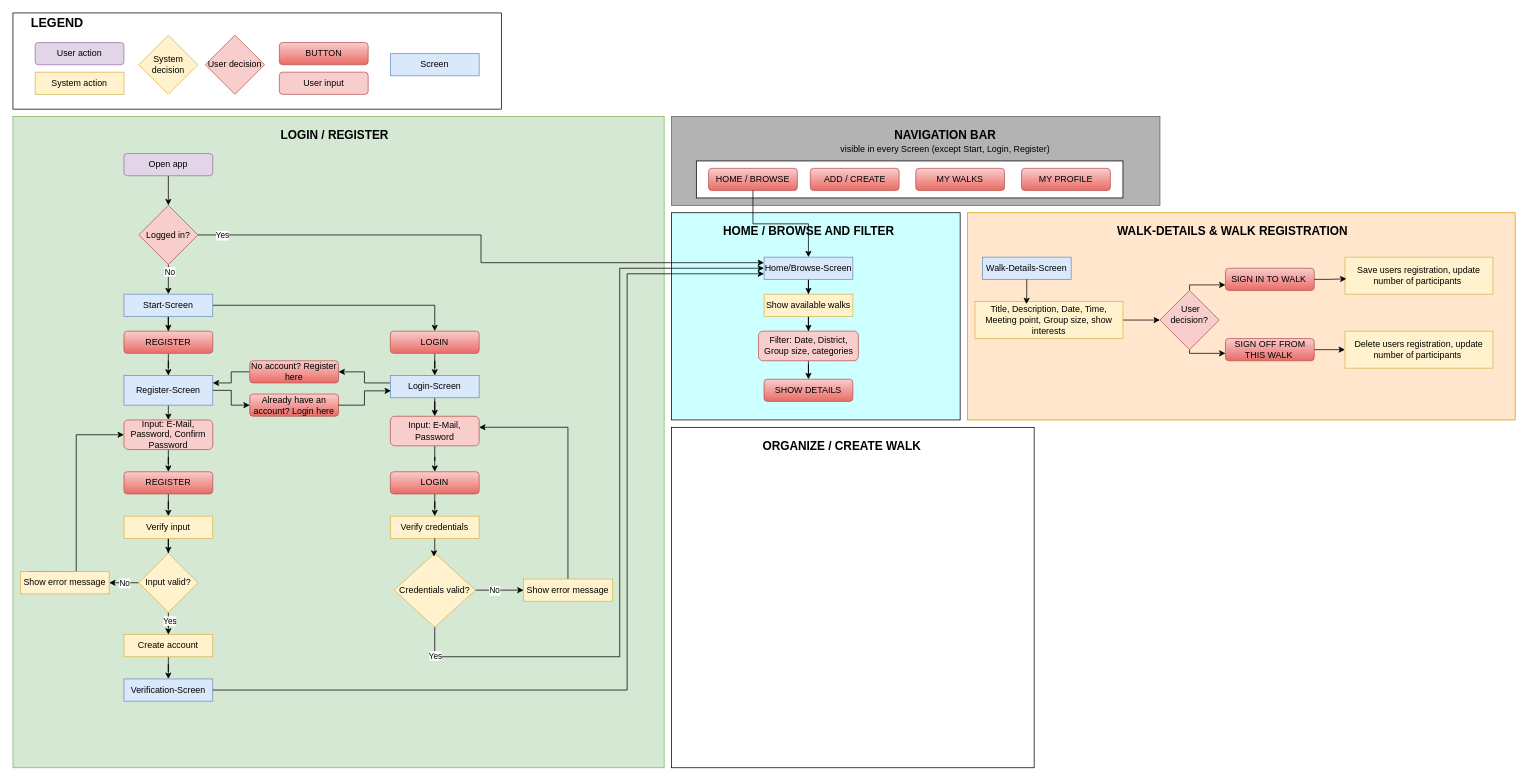
amine-oez/App-Entwicklung keeps this draw.io diagram as Ablaufdiagramm_AppEntwickung.drawio. Above is the earlier version. Source tidied: cells renumbered, new cells numbered last; positions are measured from the earlier drawing's top-left corner, leaving out a move shared by most shapes. Both pictures are drawn from the tidied source at 74%, with x=0, y=0 at pixel (13, 13).
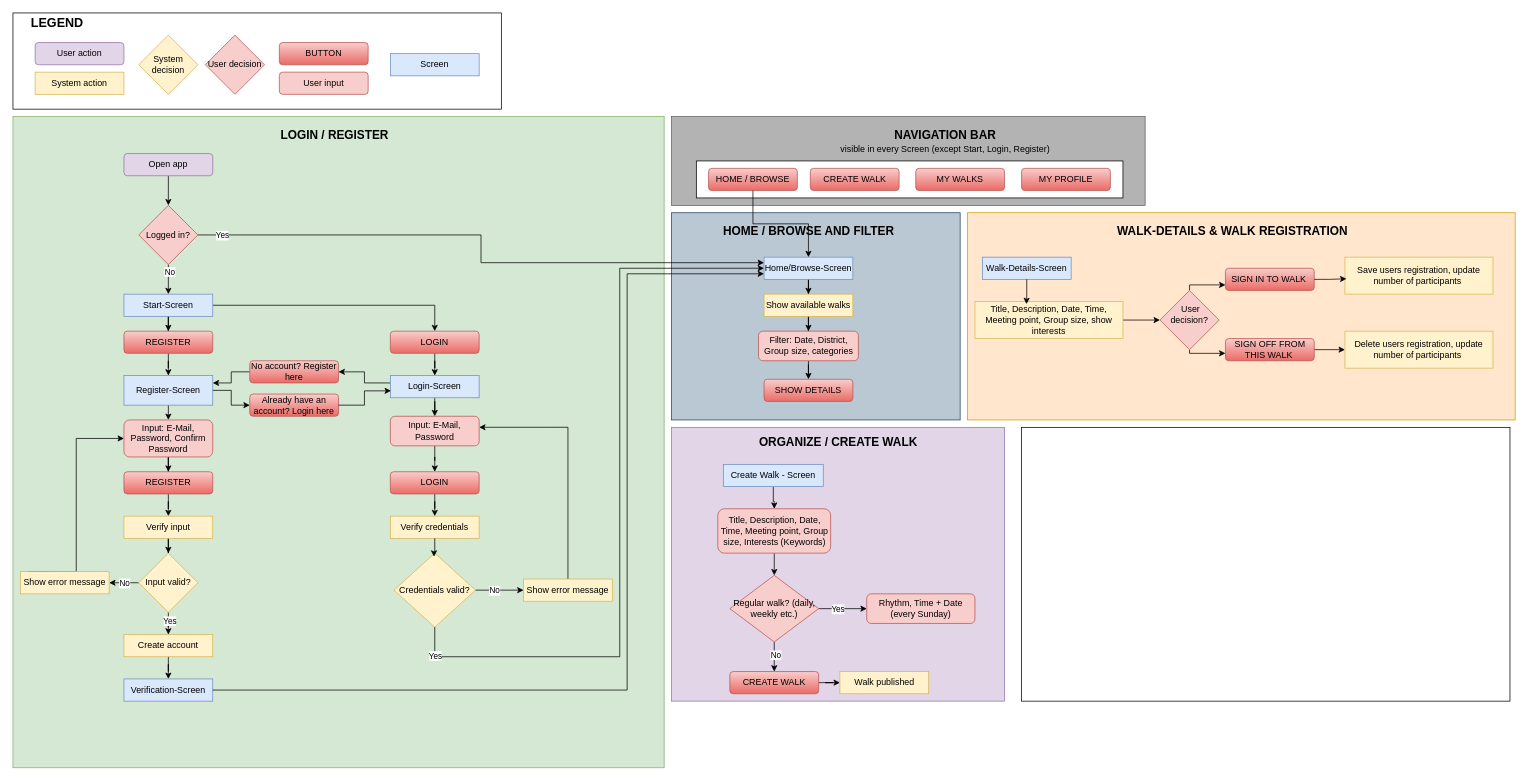
The same diagram, later.

Diff of the diagram source:
```diff
@@
     <mxCell id="29" value="Input: E-Mail, Password, Confirm Password" style="rounded=1;whiteSpace=wrap;html=1;roundedPerimeter=1;fillColor=#f8cecc;strokeColor=#b85450;" parent="1" vertex="1">
-      <mxGeometry x="150" y="550" width="120" height="40" as="geometry" />
+      <mxGeometry x="150" y="550" width="120" height="50" as="geometry" />
     </mxCell>
@@
     <mxCell id="63" style="rounded=0;whiteSpace=wrap;html=1;fillColor=#B3B3B3;strokeColor=light-dark(#606060, #535353);fontColor=#333333;perimeterSpacing=3;" parent="1" vertex="1">
-      <mxGeometry x="890" y="140" width="660" height="120" as="geometry" />
+      <mxGeometry x="890" y="140" width="640" height="120" as="geometry" />
     </mxCell>
@@
-    <mxCell id="68" value="ADD / CREATE" style="rounded=1;whiteSpace=wrap;html=1;roundedPerimeter=1;fillColor=#f8cecc;strokeColor=#b85450;gradientColor=#ea6b66;" parent="1" vertex="1">
+    <mxCell id="68" value="CREATE WALK" style="rounded=1;whiteSpace=wrap;html=1;roundedPerimeter=1;fillColor=#f8cecc;strokeColor=#b85450;gradientColor=#ea6b66;" parent="1" vertex="1">
       <mxGeometry x="1077.5" y="210" width="120" height="30" as="geometry" />
     </mxCell>
@@
-    <mxCell id="71" style="rounded=0;whiteSpace=wrap;html=1;fillColor=#CCFFFF;" parent="1" vertex="1">
+    <mxCell id="71" style="rounded=0;whiteSpace=wrap;html=1;fillColor=#bac8d3;strokeColor=#23445d;" parent="1" vertex="1">
       <mxGeometry x="890" y="270" width="390" height="280" as="geometry" />
     </mxCell>
@@
-    <mxCell id="101" style="rounded=0;whiteSpace=wrap;html=1;" parent="1" vertex="1">
-      <mxGeometry x="890" y="560" width="490" height="460" as="geometry" />
+    <mxCell id="101" style="rounded=0;whiteSpace=wrap;html=1;fillColor=#e1d5e7;strokeColor=#9673a6;" parent="1" vertex="1">
+      <mxGeometry x="890" y="560" width="450" height="370" as="geometry" />
     </mxCell>
-    <mxCell id="102" value="&lt;b&gt;&lt;font style=&quot;font-size: 16px;&quot;&gt;ORGANIZE / CREATE WALK&amp;nbsp;&lt;/font&gt;&lt;/b&gt;" style="text;html=1;whiteSpace=wrap;strokeColor=none;fillColor=none;align=center;verticalAlign=middle;rounded=0;" parent="1" vertex="1">
-      <mxGeometry x="1000" y="570" width="245" height="30" as="geometry" />
+    <mxCell id="102" value="&lt;font size=&quot;3&quot;&gt;&lt;b&gt;ORGANIZE / CREATE WALK&lt;/b&gt;&lt;/font&gt;" style="text;html=1;whiteSpace=wrap;strokeColor=none;fillColor=none;align=center;verticalAlign=middle;rounded=0;" parent="1" vertex="1">
+      <mxGeometry x="992.5" y="565" width="245" height="30" as="geometry" />
     </mxCell>
+    <mxCell id="103" style="edgeStyle=orthogonalEdgeStyle;rounded=0;jettySize=auto;html=1;defaultLabelBackgroundColor=page;" parent="1" edge="1" source="104" target="106">
+      <mxGeometry relative="1" as="geometry" />
+    </mxCell>
+    <mxCell id="104" value="Create Walk - Screen" style="rounded=0;whiteSpace=wrap;html=1;fillColor=#dae8fc;strokeColor=#6c8ebf;" parent="1" vertex="1">
+      <mxGeometry x="960" y="610" width="135" height="30" as="geometry" />
+    </mxCell>
+    <mxCell id="105" style="edgeStyle=orthogonalEdgeStyle;rounded=0;jettySize=auto;html=1;defaultLabelBackgroundColor=page;" parent="1" edge="1" source="106" target="111">
+      <mxGeometry relative="1" as="geometry" />
+    </mxCell>
+    <mxCell id="106" value="Title, Description, Date, Time, Meeting point, Group size, Interests (Keywords)" style="rounded=1;whiteSpace=wrap;html=1;roundedPerimeter=1;fillColor=#f8cecc;strokeColor=#b85450;" parent="1" vertex="1">
+      <mxGeometry x="952.5" y="670" width="152.5" height="60" as="geometry" />
+    </mxCell>
+    <mxCell id="107" style="edgeStyle=orthogonalEdgeStyle;rounded=0;jettySize=auto;html=1;entryX=0.5;entryY=0;entryDx=0;entryDy=0;defaultLabelBackgroundColor=page;" parent="1" edge="1" source="111" target="113">
+      <mxGeometry relative="1" as="geometry" />
+    </mxCell>
+    <mxCell id="108" value="No" style="edgeLabel;html=1;align=center;verticalAlign=middle;inheritText=1;defaultLabelBackgroundColor=page;" parent="107" vertex="1">
+      <mxGeometry x="-0.17" y="2" relative="1" as="geometry" />
+    </mxCell>
+    <mxCell id="109" style="edgeStyle=orthogonalEdgeStyle;rounded=0;jettySize=auto;html=1;defaultLabelBackgroundColor=page;" parent="1" edge="1" source="111" target="115">
+      <mxGeometry relative="1" as="geometry" />
+    </mxCell>
+    <mxCell id="110" value="Yes" style="edgeLabel;html=1;align=center;verticalAlign=middle;inheritText=1;defaultLabelBackgroundColor=page;" parent="109" vertex="1">
+      <mxGeometry x="-0.19" relative="1" as="geometry" />
+    </mxCell>
+    <mxCell id="111" value="Regular walk? (daily, weekly etc.)" style="rhombus;whiteSpace=wrap;html=1;shapeInside=1;fillColor=#f8cecc;strokeColor=#b85450;" parent="1" vertex="1">
+      <mxGeometry x="968.8" y="760" width="120" height="90" as="geometry" />
+    </mxCell>
+    <mxCell id="112" style="edgeStyle=orthogonalEdgeStyle;rounded=0;jettySize=auto;html=1;defaultLabelBackgroundColor=page;" parent="1" edge="1" source="113" target="114">
+      <mxGeometry relative="1" as="geometry" />
+    </mxCell>
+    <mxCell id="113" value="CREATE WALK" style="rounded=1;whiteSpace=wrap;html=1;roundedPerimeter=1;fillColor=#f8cecc;strokeColor=#b85450;gradientColor=#ea6b66;" parent="1" vertex="1">
+      <mxGeometry x="968.8" y="890" width="120" height="30" as="geometry" />
+    </mxCell>
+    <mxCell id="114" value="Walk published" style="rounded=0;whiteSpace=wrap;html=1;fillColor=#fff2cc;strokeColor=#d6b656;" parent="1" vertex="1">
+      <mxGeometry x="1117.5" y="890" width="120" height="30" as="geometry" />
+    </mxCell>
+    <mxCell id="115" value="Rhythm, Time + Date&lt;div&gt;(every Sunday)&lt;/div&gt;" style="rounded=1;whiteSpace=wrap;html=1;roundedPerimeter=1;fillColor=#f8cecc;strokeColor=#b85450;" parent="1" vertex="1">
+      <mxGeometry x="1153.8" y="785" width="146.2" height="40" as="geometry" />
+    </mxCell>
+    <mxCell id="116" style="rounded=0;whiteSpace=wrap;html=1;" parent="1" vertex="1">
+      <mxGeometry x="1363" y="560" width="660" height="370" as="geometry" />
+    </mxCell>
```
